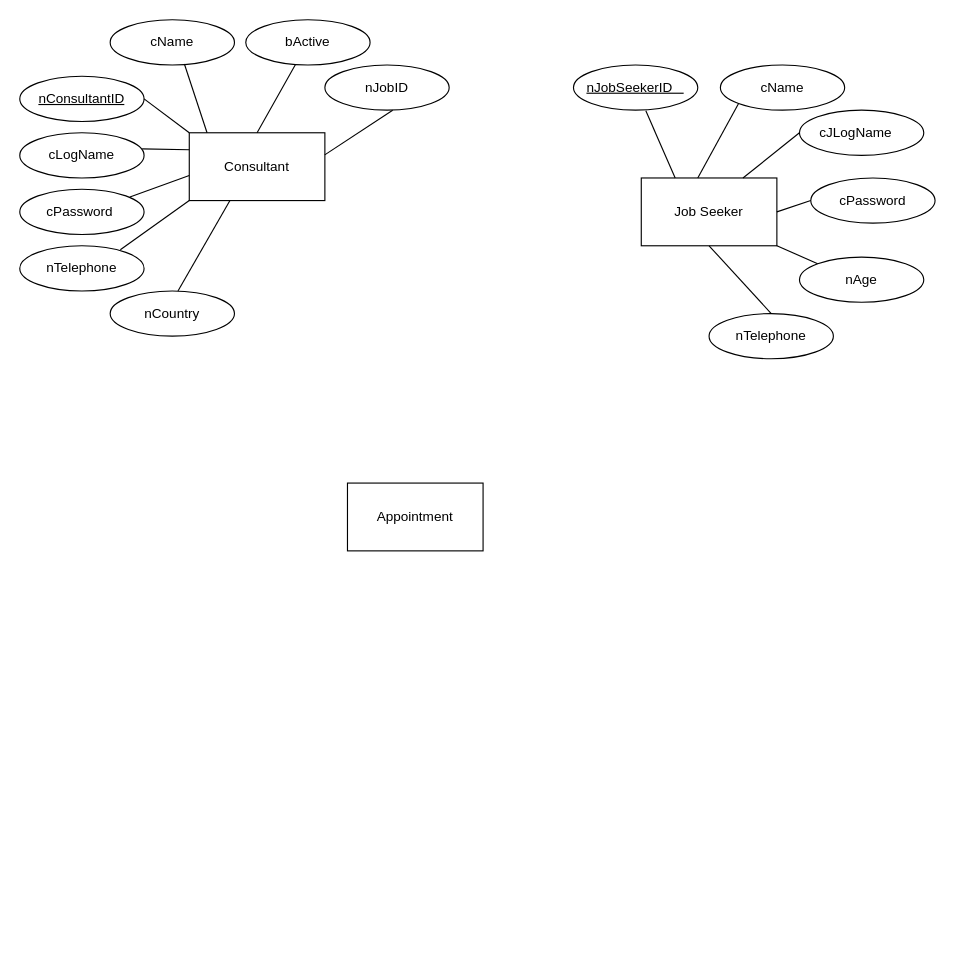
The draw.io diagram page "ER Diagram" (1 of 3) of Untitled Diagram.drawio in danujaysl/CourseworkADPRG, before the edit. Source tidied: cells renumbered, new cells numbered last; positions are measured from the earlier drawing's top-left corner, leaving out a move shared by most shapes. Both pictures are drawn from the tidied source at 113%, with x=0, y=0 at pixel (19, 19).
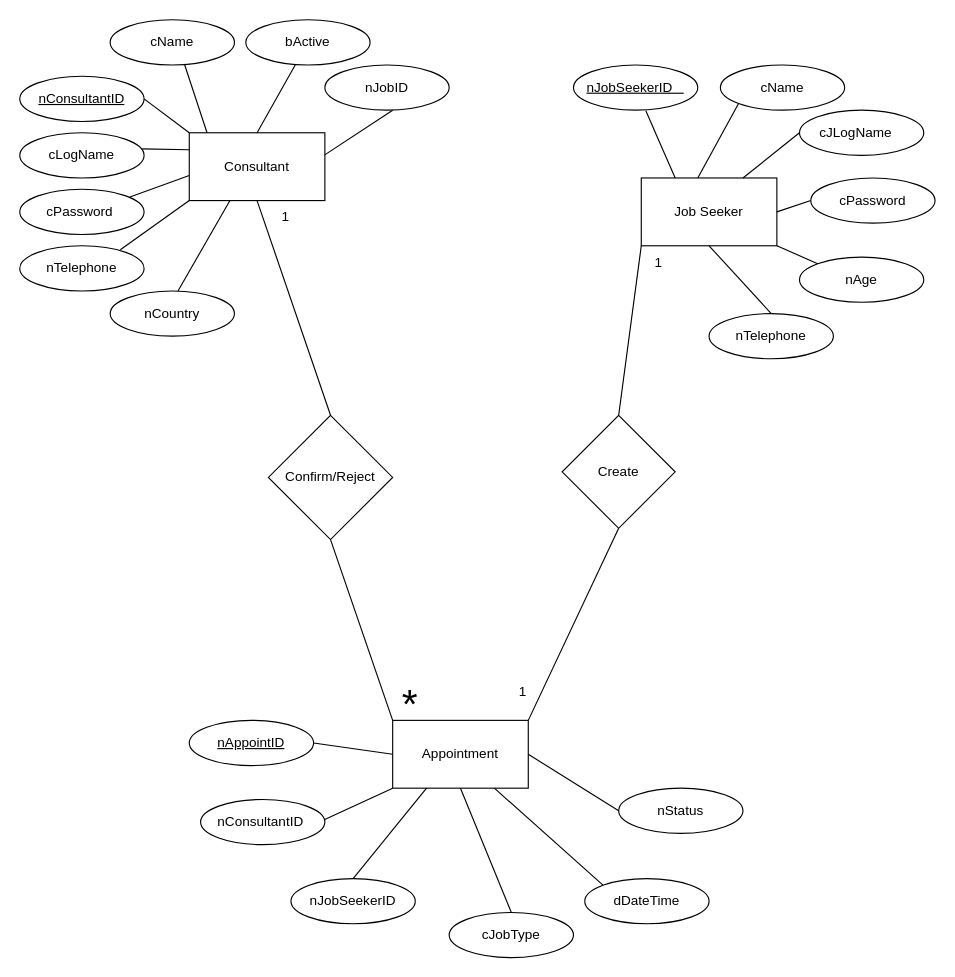
After the change.

Unchanged cells that the change refers to:
```xml
<mxCell id="2" value="Consultant" style="rounded=0;whiteSpace=wrap;html=1;" parent="1" vertex="1">
  <mxGeometry x="150" y="100" width="120" height="60" as="geometry" />
</mxCell>
<mxCell id="3" value="Job Seeker" style="rounded=0;whiteSpace=wrap;html=1;" parent="1" vertex="1">
  <mxGeometry x="550" y="140" width="120" height="60" as="geometry" />
</mxCell>
```

The edit, as a diff of the source:
```diff
@@
     <mxCell id="4" value="Appointment" style="rounded=0;whiteSpace=wrap;html=1;" parent="1" vertex="1">
-      <mxGeometry x="290" y="410" width="120" height="60" as="geometry" />
+      <mxGeometry x="330" y="620" width="120" height="60" as="geometry" />
     </mxCell>
@@
+    <mxCell id="33" value="Create" style="rhombus;whiteSpace=wrap;html=1;" parent="1" vertex="1">
+      <mxGeometry x="480" y="350" width="100" height="100" as="geometry" />
+    </mxCell>
+    <mxCell id="34" value="Confirm/Reject" style="rhombus;whiteSpace=wrap;html=1;" parent="1" vertex="1">
+      <mxGeometry x="220" y="350" width="110" height="110" as="geometry" />
+    </mxCell>
+    <mxCell id="35" style="endArrow=none;html=1;rounded=0;entryX=0.5;entryY=1;entryDx=0;entryDy=0;exitX=0.5;exitY=0;exitDx=0;exitDy=0;" parent="1" edge="1" source="34" target="2">
+      <mxGeometry relative="1" as="geometry" />
+    </mxCell>
+    <mxCell id="36" style="endArrow=none;html=1;rounded=0;entryX=0.5;entryY=1;entryDx=0;entryDy=0;exitX=0;exitY=0;exitDx=0;exitDy=0;" parent="1" edge="1" source="4" target="34">
+      <mxGeometry relative="1" as="geometry" />
+    </mxCell>
+    <mxCell id="37" style="endArrow=none;html=1;rounded=0;entryX=0.5;entryY=1;entryDx=0;entryDy=0;exitX=1;exitY=0;exitDx=0;exitDy=0;" parent="1" edge="1" source="4" target="33">
+      <mxGeometry relative="1" as="geometry" />
+    </mxCell>
+    <mxCell id="38" style="endArrow=none;html=1;rounded=0;entryX=0;entryY=1;entryDx=0;entryDy=0;exitX=0.5;exitY=0;exitDx=0;exitDy=0;" parent="1" edge="1" source="33" target="3">
+      <mxGeometry relative="1" as="geometry" />
+    </mxCell>
+    <mxCell id="39" value="&lt;u&gt;nAppointID&lt;/u&gt;" style="ellipse;whiteSpace=wrap;html=1;" parent="1" vertex="1">
+      <mxGeometry x="150" y="620" width="110" height="40" as="geometry" />
+    </mxCell>
+    <mxCell id="40" value="nConsultantID&amp;nbsp;" style="ellipse;whiteSpace=wrap;html=1;" parent="1" vertex="1">
+      <mxGeometry x="160" y="690" width="110" height="40" as="geometry" />
+    </mxCell>
+    <mxCell id="41" value="nJobSeekerID" style="ellipse;whiteSpace=wrap;html=1;" parent="1" vertex="1">
+      <mxGeometry x="240" y="760" width="110" height="40" as="geometry" />
+    </mxCell>
+    <mxCell id="42" value="cJobType" style="ellipse;whiteSpace=wrap;html=1;" parent="1" vertex="1">
+      <mxGeometry x="380" y="790" width="110" height="40" as="geometry" />
+    </mxCell>
+    <mxCell id="43" value="dDateTime" style="ellipse;whiteSpace=wrap;html=1;" parent="1" vertex="1">
+      <mxGeometry x="500" y="760" width="110" height="40" as="geometry" />
+    </mxCell>
+    <mxCell id="44" value="nStatus" style="ellipse;whiteSpace=wrap;html=1;" parent="1" vertex="1">
+      <mxGeometry x="530" y="680" width="110" height="40" as="geometry" />
+    </mxCell>
+    <mxCell id="45" style="endArrow=none;html=1;rounded=0;exitX=1;exitY=0.5;exitDx=0;exitDy=0;entryX=0;entryY=0.5;entryDx=0;entryDy=0;" parent="1" edge="1" source="39" target="4">
+      <mxGeometry relative="1" as="geometry" />
+    </mxCell>
+    <mxCell id="46" style="endArrow=none;html=1;rounded=0;exitX=0.999;exitY=0.443;exitDx=0;exitDy=0;exitPerimeter=0;entryX=0;entryY=1;entryDx=0;entryDy=0;" parent="1" edge="1" source="40" target="4">
+      <mxGeometry relative="1" as="geometry" />
+    </mxCell>
+    <mxCell id="47" style="endArrow=none;html=1;rounded=0;exitX=0.5;exitY=0;exitDx=0;exitDy=0;entryX=0.25;entryY=1;entryDx=0;entryDy=0;" parent="1" edge="1" source="41" target="4">
+      <mxGeometry relative="1" as="geometry" />
+    </mxCell>
+    <mxCell id="48" style="endArrow=none;html=1;rounded=0;exitX=0.5;exitY=0;exitDx=0;exitDy=0;entryX=0.5;entryY=1;entryDx=0;entryDy=0;" parent="1" edge="1" source="42" target="4">
+      <mxGeometry relative="1" as="geometry" />
+    </mxCell>
+    <mxCell id="49" style="endArrow=none;html=1;rounded=0;entryX=0.75;entryY=1;entryDx=0;entryDy=0;exitX=0;exitY=0;exitDx=0;exitDy=0;" parent="1" edge="1" source="43" target="4">
+      <mxGeometry relative="1" as="geometry" />
+    </mxCell>
+    <mxCell id="50" style="endArrow=none;html=1;rounded=0;exitX=1;exitY=0.5;exitDx=0;exitDy=0;entryX=0;entryY=0.5;entryDx=0;entryDy=0;" parent="1" edge="1" source="4" target="44">
+      <mxGeometry relative="1" as="geometry" />
+    </mxCell>
+    <mxCell id="51" value="1" style="text;html=1;align=center;verticalAlign=middle;strokeColor=none;fillColor=none;" parent="1" vertex="1">
+      <mxGeometry x="220" y="160" width="30" height="30" as="geometry" />
+    </mxCell>
+    <mxCell id="52" value="1" style="text;html=1;align=center;verticalAlign=middle;strokeColor=none;fillColor=none;" parent="1" vertex="1">
+      <mxGeometry x="550" y="200" width="30" height="30" as="geometry" />
+    </mxCell>
+    <mxCell id="53" value="1" style="text;html=1;align=center;verticalAlign=middle;strokeColor=none;fillColor=none;" parent="1" vertex="1">
+      <mxGeometry x="430" y="580" width="30" height="30" as="geometry" />
+    </mxCell>
+    <mxCell id="54" value="&lt;font style=&quot;font-size: 36px;&quot;&gt;*&lt;/font&gt;" style="text;html=1;align=center;verticalAlign=middle;strokeColor=none;fillColor=none;" parent="1" vertex="1">
+      <mxGeometry x="325" y="575" width="40" height="60" as="geometry" />
+    </mxCell>
```
